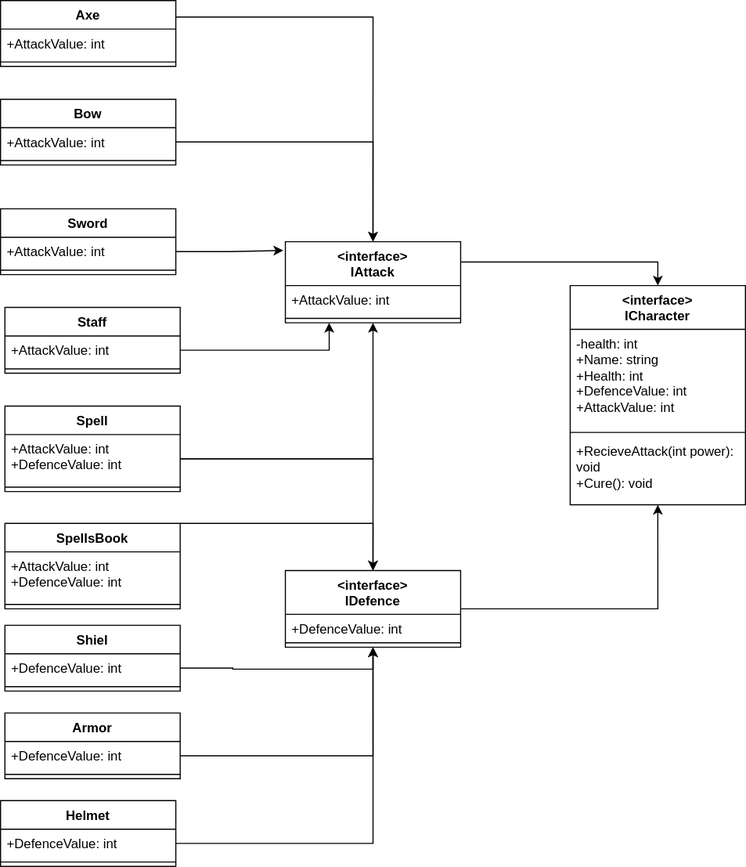
This is src/Library/Diagrama UML/Diagrama UML.svg from Durluc1324/Roleplay-parte2, a draw.io export, as it was before one commit. Source tidied: cells renumbered, new cells last; positions are measured from the earlier drawing's top-left corner, leaving out a move shared by most shapes.
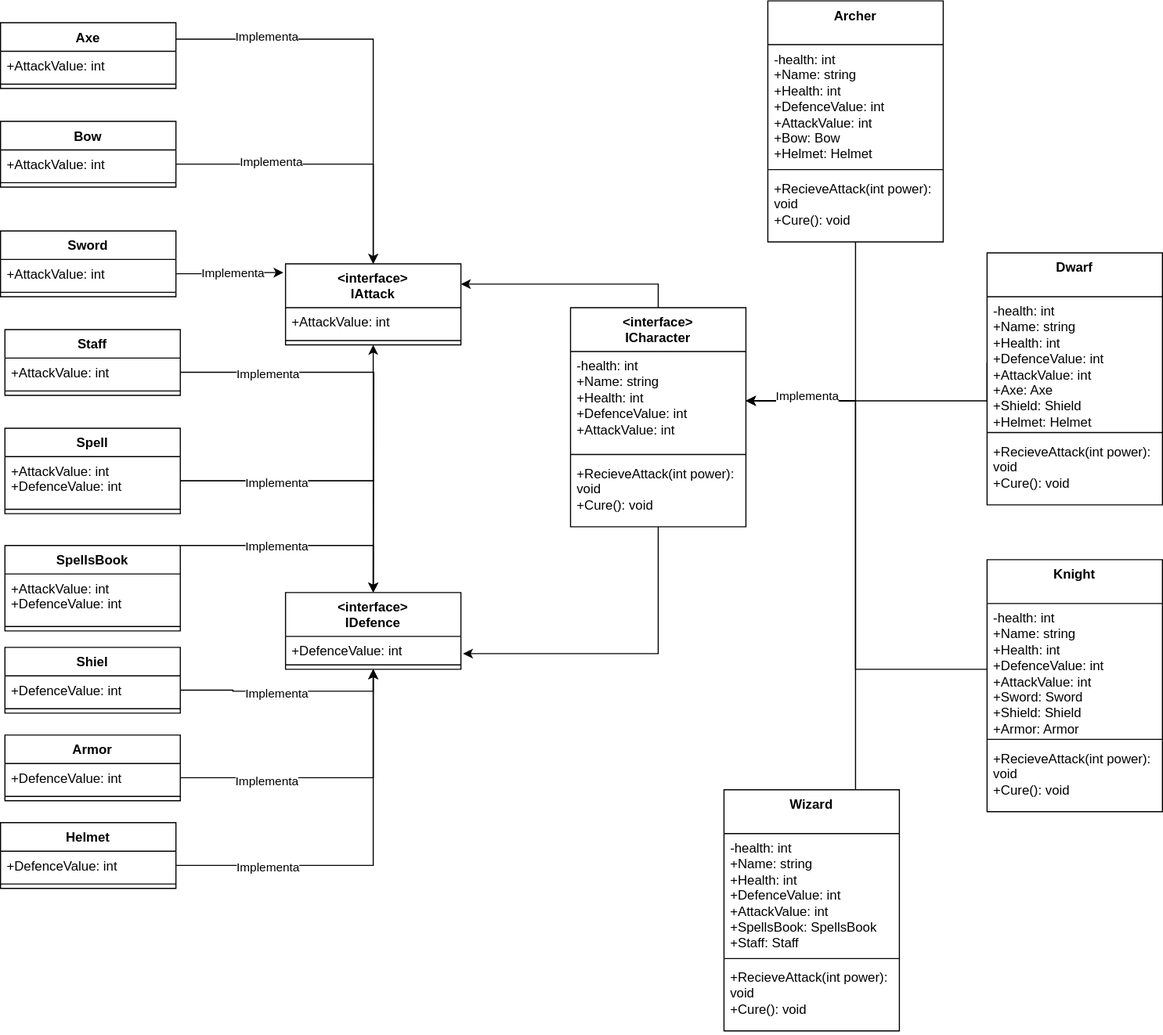
Above is the later version.

Commit message:
Adición de las clases que implementan ICharacter

What changed in the source:
```diff
@@ -2,9 +2,6 @@
   <root>
     <mxCell id="0" />
     <mxCell id="1" parent="0" />
-    <mxCell id="2" style="edgeStyle=orthogonalEdgeStyle;rounded=0;jettySize=auto;html=1;exitX=1;exitY=0.25;exitDx=0;exitDy=0;entryX=0.5;entryY=0;entryDx=0;entryDy=0;" parent="1" edge="1" source="3" target="9">
-      <mxGeometry relative="1" as="geometry" />
-    </mxCell>
     <mxCell id="3" value="&amp;lt;interface&amp;gt;&lt;br&gt;IAttack" style="swimlane;fontStyle=1;align=center;verticalAlign=top;horizontal=1;startSize=40;whiteSpace=wrap;html=1;" parent="1" vertex="1">
       <mxGeometry x="260" y="220" width="160" height="74" as="geometry" />
     </mxCell>
@@ -23,6 +20,9 @@
     <mxCell id="8" style="line;strokeWidth=1;fillColor=none;align=left;verticalAlign=middle;spacingTop=-1;spacingLeft=3;spacingRight=3;labelPosition=right;strokeColor=inherit;" parent="6" vertex="1">
       <mxGeometry y="62" width="160" height="8" as="geometry" />
     </mxCell>
+    <mxCell id="51" style="edgeStyle=orthogonalEdgeStyle;rounded=0;jettySize=auto;html=1;exitX=0.5;exitY=0;exitDx=0;exitDy=0;entryX=1;entryY=0.25;entryDx=0;entryDy=0;" parent="1" edge="1" source="9" target="3">
+      <mxGeometry relative="1" as="geometry" />
+    </mxCell>
     <mxCell id="9" value="&amp;lt;interface&amp;gt;&lt;br&gt;ICharacter" style="swimlane;fontStyle=1;align=center;verticalAlign=top;horizontal=1;startSize=40;whiteSpace=wrap;html=1;" parent="1" vertex="1">
       <mxGeometry x="520" y="260" width="160" height="200" as="geometry" />
     </mxCell>
@@ -38,6 +38,9 @@
     <mxCell id="13" style="edgeStyle=orthogonalEdgeStyle;rounded=0;jettySize=auto;html=1;exitX=1;exitY=0.25;exitDx=0;exitDy=0;entryX=0.5;entryY=0;entryDx=0;entryDy=0;" parent="1" edge="1" source="14" target="3">
       <mxGeometry relative="1" as="geometry" />
     </mxCell>
+    <mxCell id="52" value="Implementa" style="edgeLabel;html=1;align=center;verticalAlign=middle;" parent="13" vertex="1">
+      <mxGeometry x="-0.57" y="3" relative="1" as="geometry" />
+    </mxCell>
     <mxCell id="14" value="Axe" style="swimlane;fontStyle=1;align=center;verticalAlign=top;horizontal=1;startSize=26;whiteSpace=wrap;html=1;" parent="1" vertex="1">
       <mxGeometry width="160" height="60" as="geometry" />
     </mxCell>
@@ -81,6 +84,9 @@
         </Array>
       </mxGeometry>
     </mxCell>
+    <mxCell id="53" value="Implementa" style="edgeLabel;html=1;align=center;verticalAlign=middle;" parent="26" vertex="1">
+      <mxGeometry x="-0.21" relative="1" as="geometry" />
+    </mxCell>
     <mxCell id="27" value="SpellsBook" style="swimlane;fontStyle=1;align=center;verticalAlign=top;horizontal=1;startSize=26;whiteSpace=wrap;html=1;" parent="1" vertex="1">
       <mxGeometry x="4" y="477" width="160" height="78" as="geometry" />
     </mxCell>
@@ -93,6 +99,14 @@
     <mxCell id="30" value="Staff" style="swimlane;fontStyle=1;align=center;verticalAlign=top;horizontal=1;startSize=26;whiteSpace=wrap;html=1;" parent="1" vertex="1">
       <mxGeometry x="4" y="280" width="160" height="60" as="geometry" />
     </mxCell>
+    <mxCell id="54" style="edgeStyle=orthogonalEdgeStyle;rounded=0;jettySize=auto;html=1;exitX=1;exitY=0.5;exitDx=0;exitDy=0;" parent="30" edge="1" source="31">
+      <mxGeometry relative="1" as="geometry">
+        <mxPoint x="336" y="240" as="targetPoint" />
+      </mxGeometry>
+    </mxCell>
+    <mxCell id="55" value="Implementa" style="edgeLabel;html=1;align=center;verticalAlign=middle;" parent="54" vertex="1">
+      <mxGeometry x="-0.58" y="-1" relative="1" as="geometry" />
+    </mxCell>
     <mxCell id="31" value="+AttackValue: int" style="text;strokeColor=none;fillColor=none;align=left;verticalAlign=top;spacingLeft=4;spacingRight=4;overflow=hidden;points=[[0,0.5],[1,0.5]];portConstraint=eastwest;whiteSpace=wrap;html=1;" parent="30" vertex="1">
       <mxGeometry y="26" width="160" height="26" as="geometry" />
     </mxCell>
@@ -129,33 +143,116 @@
     <mxCell id="42" style="edgeStyle=orthogonalEdgeStyle;rounded=0;jettySize=auto;html=1;exitX=1;exitY=0.5;exitDx=0;exitDy=0;entryX=0.5;entryY=0;entryDx=0;entryDy=0;" parent="1" edge="1" source="18" target="3">
       <mxGeometry relative="1" as="geometry" />
     </mxCell>
+    <mxCell id="56" value="Implementa" style="edgeLabel;html=1;align=center;verticalAlign=middle;" parent="42" vertex="1">
+      <mxGeometry x="-0.37" y="3" relative="1" as="geometry" />
+    </mxCell>
     <mxCell id="43" style="edgeStyle=orthogonalEdgeStyle;rounded=0;jettySize=auto;html=1;exitX=1;exitY=0.5;exitDx=0;exitDy=0;entryX=-0.012;entryY=0.108;entryDx=0;entryDy=0;entryPerimeter=0;" parent="1" edge="1" source="21" target="3">
       <mxGeometry relative="1" as="geometry" />
     </mxCell>
+    <mxCell id="57" value="Implementa" style="edgeLabel;html=1;align=center;verticalAlign=middle;" parent="43" vertex="1">
+      <mxGeometry x="0.05" y="-1" relative="1" as="geometry" />
+    </mxCell>
     <mxCell id="44" style="edgeStyle=orthogonalEdgeStyle;rounded=0;jettySize=auto;html=1;exitX=1;exitY=0.5;exitDx=0;exitDy=0;entryX=0.5;entryY=0;entryDx=0;entryDy=0;" parent="1" edge="1" source="24" target="6">
       <mxGeometry relative="1" as="geometry" />
     </mxCell>
     <mxCell id="45" style="edgeStyle=orthogonalEdgeStyle;rounded=0;jettySize=auto;html=1;exitX=1;exitY=0.5;exitDx=0;exitDy=0;entryX=0.5;entryY=1;entryDx=0;entryDy=0;" parent="1" edge="1" source="24" target="3">
       <mxGeometry relative="1" as="geometry" />
     </mxCell>
-    <mxCell id="46" style="edgeStyle=orthogonalEdgeStyle;rounded=0;jettySize=auto;html=1;exitX=1;exitY=0.5;exitDx=0;exitDy=0;entryX=0.25;entryY=1;entryDx=0;entryDy=0;" parent="1" edge="1" source="31" target="3">
-      <mxGeometry relative="1" as="geometry" />
-    </mxCell>
+    <mxCell id="58" value="Implementa" style="edgeLabel;html=1;align=center;verticalAlign=middle;" parent="45" vertex="1">
+      <mxGeometry x="-0.42" y="-1" relative="1" as="geometry" />
+    </mxCell>
     <mxCell id="47" style="edgeStyle=orthogonalEdgeStyle;rounded=0;jettySize=auto;html=1;exitX=1;exitY=0.5;exitDx=0;exitDy=0;entryX=0.5;entryY=1;entryDx=0;entryDy=0;" parent="1" edge="1" source="37" target="6">
       <mxGeometry relative="1" as="geometry" />
     </mxCell>
+    <mxCell id="59" value="Implementa" style="edgeLabel;html=1;align=center;verticalAlign=middle;" parent="47" vertex="1">
+      <mxGeometry x="-0.54" y="-1" relative="1" as="geometry" />
+    </mxCell>
     <mxCell id="48" style="edgeStyle=orthogonalEdgeStyle;rounded=0;jettySize=auto;html=1;exitX=1;exitY=0.5;exitDx=0;exitDy=0;entryX=0.5;entryY=1;entryDx=0;entryDy=0;" parent="1" edge="1" source="34" target="6">
       <mxGeometry relative="1" as="geometry" />
     </mxCell>
+    <mxCell id="60" value="Implementa" style="edgeLabel;html=1;align=center;verticalAlign=middle;" parent="48" vertex="1">
+      <mxGeometry x="-0.43" y="-2" relative="1" as="geometry" />
+    </mxCell>
     <mxCell id="49" style="edgeStyle=orthogonalEdgeStyle;rounded=0;jettySize=auto;html=1;exitX=1;exitY=0.5;exitDx=0;exitDy=0;entryX=0.5;entryY=1;entryDx=0;entryDy=0;" parent="1" edge="1" source="40" target="6">
       <mxGeometry relative="1" as="geometry" />
     </mxCell>
-    <mxCell id="50" style="edgeStyle=orthogonalEdgeStyle;rounded=0;jettySize=auto;html=1;exitX=1;exitY=0.5;exitDx=0;exitDy=0;entryX=0.5;entryY=1;entryDx=0;entryDy=0;" parent="1" edge="1" source="6" target="9">
-      <mxGeometry relative="1" as="geometry">
-        <Array as="points">
-          <mxPoint x="600" y="555" />
-        </Array>
-      </mxGeometry>
-    </mxCell>
+    <mxCell id="61" value="Implementa" style="edgeLabel;html=1;align=center;verticalAlign=middle;" parent="49" vertex="1">
+      <mxGeometry x="-0.1" y="-1" relative="1" as="geometry" />
+    </mxCell>
+    <mxCell id="62" style="edgeStyle=orthogonalEdgeStyle;rounded=0;jettySize=auto;html=1;exitX=0.5;exitY=1;exitDx=0;exitDy=0;entryX=1;entryY=0.5;entryDx=0;entryDy=0;" parent="1" edge="1" source="63" target="10">
+      <mxGeometry relative="1" as="geometry" />
+    </mxCell>
+    <mxCell id="63" value="Archer" style="swimlane;fontStyle=1;align=center;verticalAlign=top;horizontal=1;startSize=40;whiteSpace=wrap;html=1;" parent="1" vertex="1">
+      <mxGeometry x="700" y="-20" width="160" height="220" as="geometry" />
+    </mxCell>
+    <mxCell id="64" value="-health: int&lt;br&gt;+Name: string&lt;br&gt;+Health: int&lt;br&gt;+DefenceValue: int&lt;br&gt;+AttackValue: int&lt;br&gt;+Bow: Bow&lt;br&gt;+Helmet: Helmet" style="text;strokeColor=none;fillColor=none;align=left;verticalAlign=top;spacingLeft=4;spacingRight=4;overflow=hidden;whiteSpace=wrap;html=1;" parent="63" vertex="1">
+      <mxGeometry y="40" width="160" height="110" as="geometry" />
+    </mxCell>
+    <mxCell id="65" style="line;strokeWidth=1;fillColor=none;align=left;verticalAlign=middle;spacingTop=-1;spacingLeft=3;spacingRight=3;labelPosition=right;strokeColor=inherit;" parent="63" vertex="1">
+      <mxGeometry y="150" width="160" height="8" as="geometry" />
+    </mxCell>
+    <mxCell id="66" value="+RecieveAttack(int power): void&lt;br&gt;+Cure(): void" style="text;strokeColor=none;fillColor=none;align=left;verticalAlign=top;spacingLeft=4;spacingRight=4;overflow=hidden;whiteSpace=wrap;html=1;" parent="63" vertex="1">
+      <mxGeometry y="158" width="160" height="62" as="geometry" />
+    </mxCell>
+    <mxCell id="67" value="Dwarf" style="swimlane;fontStyle=1;align=center;verticalAlign=top;horizontal=1;startSize=40;whiteSpace=wrap;html=1;" parent="1" vertex="1">
+      <mxGeometry x="900" y="210" width="160" height="230" as="geometry" />
+    </mxCell>
+    <mxCell id="68" value="-health: int&lt;br&gt;+Name: string&lt;br&gt;+Health: int&lt;br&gt;+DefenceValue: int&lt;br&gt;+AttackValue: int&lt;br&gt;+Axe: Axe&lt;br&gt;+Shield: Shield&lt;br&gt;+Helmet: Helmet" style="text;strokeColor=none;fillColor=none;align=left;verticalAlign=top;spacingLeft=4;spacingRight=4;overflow=hidden;points=[[0,0.5],[1,0.5]];portConstraint=eastwest;whiteSpace=wrap;html=1;" parent="67" vertex="1">
+      <mxGeometry y="40" width="160" height="120" as="geometry" />
+    </mxCell>
+    <mxCell id="69" style="line;strokeWidth=1;fillColor=none;align=left;verticalAlign=middle;spacingTop=-1;spacingLeft=3;spacingRight=3;labelPosition=right;strokeColor=inherit;" parent="67" vertex="1">
+      <mxGeometry y="160" width="160" height="8" as="geometry" />
+    </mxCell>
+    <mxCell id="70" value="+RecieveAttack(int power): void&lt;br&gt;+Cure(): void" style="text;strokeColor=none;fillColor=none;align=left;verticalAlign=top;spacingLeft=4;spacingRight=4;overflow=hidden;whiteSpace=wrap;html=1;" parent="67" vertex="1">
+      <mxGeometry y="168" width="160" height="62" as="geometry" />
+    </mxCell>
+    <mxCell id="71" value="Knight" style="swimlane;fontStyle=1;align=center;verticalAlign=top;horizontal=1;startSize=40;whiteSpace=wrap;html=1;" parent="1" vertex="1">
+      <mxGeometry x="900" y="490" width="160" height="230" as="geometry" />
+    </mxCell>
+    <mxCell id="72" value="-health: int&lt;br&gt;+Name: string&lt;br&gt;+Health: int&lt;br&gt;+DefenceValue: int&lt;br&gt;+AttackValue: int&lt;br&gt;+Sword: Sword&lt;br&gt;+Shield: Shield&lt;br&gt;+Armor: Armor" style="text;strokeColor=none;fillColor=none;align=left;verticalAlign=top;spacingLeft=4;spacingRight=4;overflow=hidden;points=[[0,0.5],[1,0.5]];portConstraint=eastwest;whiteSpace=wrap;html=1;" parent="71" vertex="1">
+      <mxGeometry y="40" width="160" height="120" as="geometry" />
+    </mxCell>
+    <mxCell id="73" style="line;strokeWidth=1;fillColor=none;align=left;verticalAlign=middle;spacingTop=-1;spacingLeft=3;spacingRight=3;labelPosition=right;strokeColor=inherit;" parent="71" vertex="1">
+      <mxGeometry y="160" width="160" height="8" as="geometry" />
+    </mxCell>
+    <mxCell id="74" value="+RecieveAttack(int power): void&lt;br&gt;+Cure(): void" style="text;strokeColor=none;fillColor=none;align=left;verticalAlign=top;spacingLeft=4;spacingRight=4;overflow=hidden;whiteSpace=wrap;html=1;" parent="71" vertex="1">
+      <mxGeometry y="168" width="160" height="62" as="geometry" />
+    </mxCell>
+    <mxCell id="75" style="edgeStyle=orthogonalEdgeStyle;rounded=0;jettySize=auto;html=1;exitX=0.75;exitY=0;exitDx=0;exitDy=0;entryX=1;entryY=0.5;entryDx=0;entryDy=0;" parent="1" edge="1" source="76" target="10">
+      <mxGeometry relative="1" as="geometry" />
+    </mxCell>
+    <mxCell id="76" value="Wizard" style="swimlane;fontStyle=1;align=center;verticalAlign=top;horizontal=1;startSize=40;whiteSpace=wrap;html=1;" parent="1" vertex="1">
+      <mxGeometry x="660" y="700" width="160" height="220" as="geometry" />
+    </mxCell>
+    <mxCell id="77" value="-health: int&lt;br&gt;+Name: string&lt;br&gt;+Health: int&lt;br&gt;+DefenceValue: int&lt;br&gt;+AttackValue: int&lt;br&gt;+SpellsBook: SpellsBook&lt;br&gt;+Staff: Staff" style="text;strokeColor=none;fillColor=none;align=left;verticalAlign=top;spacingLeft=4;spacingRight=4;overflow=hidden;whiteSpace=wrap;html=1;" parent="76" vertex="1">
+      <mxGeometry y="40" width="160" height="110" as="geometry" />
+    </mxCell>
+    <mxCell id="78" style="line;strokeWidth=1;fillColor=none;align=left;verticalAlign=middle;spacingTop=-1;spacingLeft=3;spacingRight=3;labelPosition=right;strokeColor=inherit;" parent="76" vertex="1">
+      <mxGeometry y="150" width="160" height="8" as="geometry" />
+    </mxCell>
+    <mxCell id="79" value="+RecieveAttack(int power): void&lt;br&gt;+Cure(): void" style="text;strokeColor=none;fillColor=none;align=left;verticalAlign=top;spacingLeft=4;spacingRight=4;overflow=hidden;whiteSpace=wrap;html=1;" parent="76" vertex="1">
+      <mxGeometry y="158" width="160" height="62" as="geometry" />
+    </mxCell>
+    <mxCell id="80" style="edgeStyle=orthogonalEdgeStyle;rounded=0;jettySize=auto;html=1;exitX=0.5;exitY=1;exitDx=0;exitDy=0;entryX=1.012;entryY=0.715;entryDx=0;entryDy=0;entryPerimeter=0;" parent="1" edge="1" source="9" target="7">
+      <mxGeometry relative="1" as="geometry" />
+    </mxCell>
+    <mxCell id="81" style="edgeStyle=orthogonalEdgeStyle;rounded=0;jettySize=auto;html=1;exitX=0;exitY=0.5;exitDx=0;exitDy=0;entryX=1;entryY=0.5;entryDx=0;entryDy=0;" parent="1" edge="1" source="68" target="10">
+      <mxGeometry relative="1" as="geometry">
+        <Array as="points">
+          <mxPoint x="900" y="345" />
+        </Array>
+      </mxGeometry>
+    </mxCell>
+    <mxCell id="82" style="edgeStyle=orthogonalEdgeStyle;rounded=0;jettySize=auto;html=1;exitX=0;exitY=0.5;exitDx=0;exitDy=0;entryX=1;entryY=0.5;entryDx=0;entryDy=0;" parent="1" edge="1" source="72" target="10">
+      <mxGeometry relative="1" as="geometry">
+        <Array as="points">
+          <mxPoint x="780" y="590" />
+          <mxPoint x="780" y="345" />
+        </Array>
+      </mxGeometry>
+    </mxCell>
+    <mxCell id="83" value="Implementa" style="edgeLabel;html=1;align=center;verticalAlign=middle;" parent="82" vertex="1">
+      <mxGeometry x="0.76" y="-5" relative="1" as="geometry" />
+    </mxCell>
   </root>
 </mxGraphModel>
```
